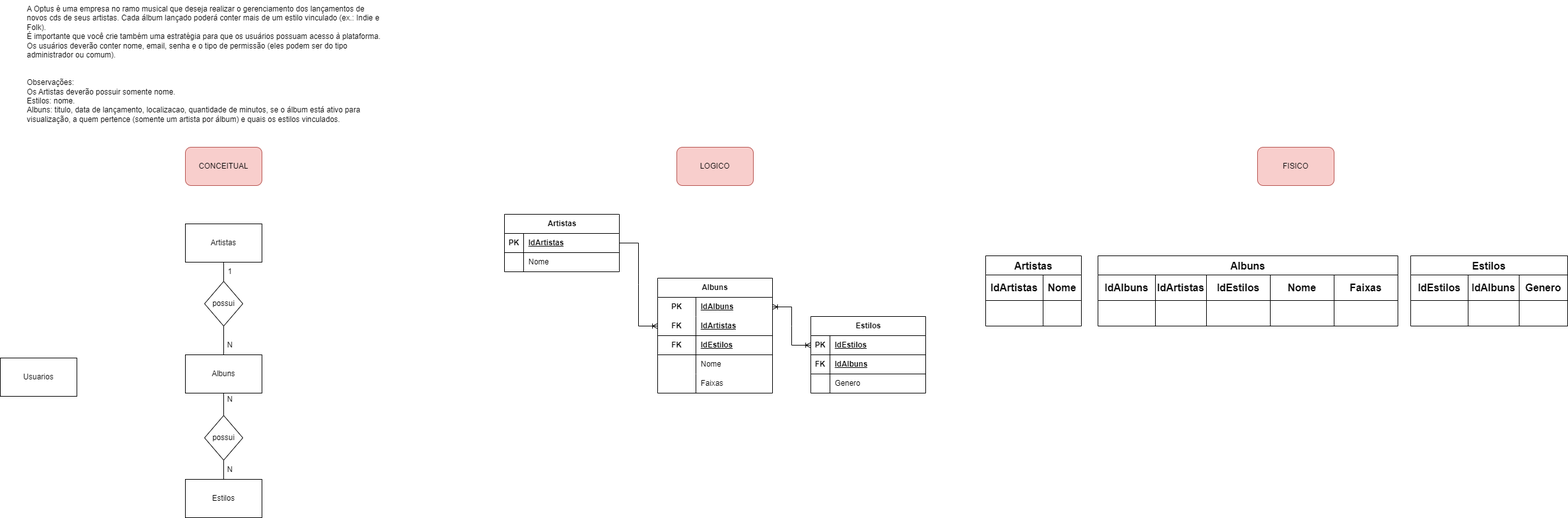
prgfe/senai_sprint1_bd keeps this draw.io diagram as 1.4_optus/1.4.completo.drawio.png. Above is the earlier version. Source tidied: cells renumbered, new cells last; positions are measured from the earlier drawing's top-left corner, leaving out a move shared by most shapes.
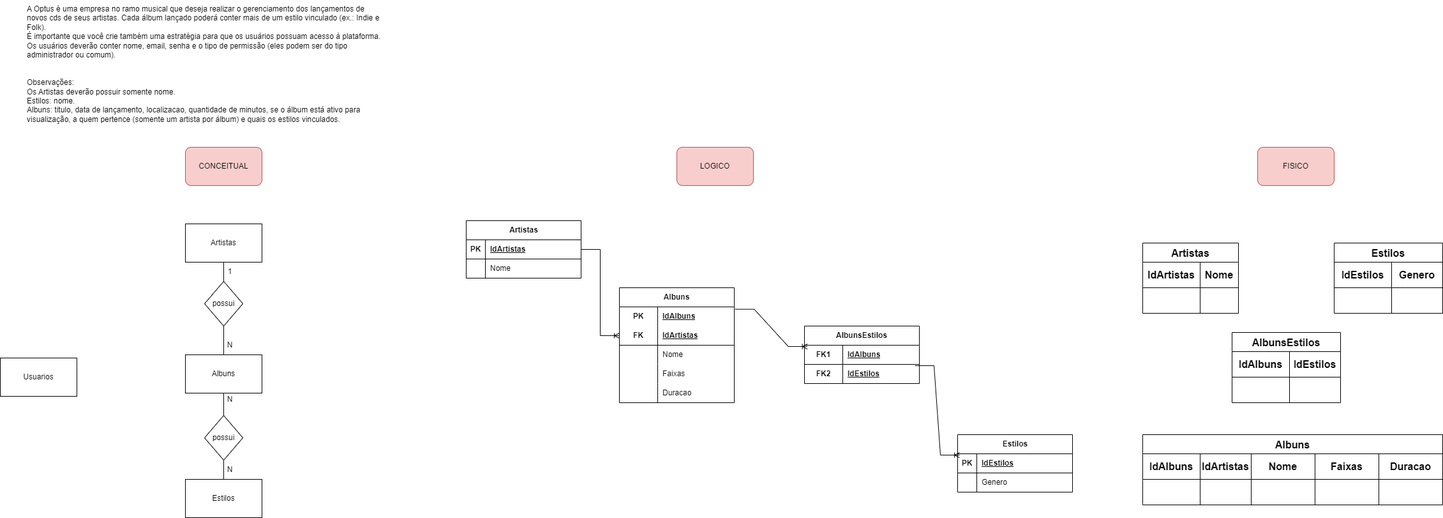
After the change.

The edit, as a diff of the source:
```diff
@@ -57,7 +57,7 @@
       <mxGeometry x="350" y="720" width="20" height="30" as="geometry" />
     </mxCell>
     <mxCell id="20" value="Artistas" style="shape=table;startSize=30;rowLines=0;fontStyle=1;align=center;html=1;" parent="1" vertex="1">
-      <mxGeometry x="790" y="335" width="180" height="90" as="geometry" />
+      <mxGeometry x="730" y="345" width="180" height="90" as="geometry" />
     </mxCell>
     <mxCell id="21" style="shape=tableRow;horizontal=0;startSize=0;swimlaneHead=0;swimlaneBody=0;fillColor=none;points=[[0,0.5],[1,0.5]];portConstraint=eastwest;top=0;left=0;right=0;bottom=1;" parent="20" vertex="1">
       <mxGeometry y="30" width="180" height="30" as="geometry" />
@@ -78,7 +78,7 @@
       <mxGeometry x="30" width="150" height="30" as="geometry" />
     </mxCell>
     <mxCell id="27" value="Albuns" style="shape=table;startSize=30;rowLines=0;fontStyle=1;align=center;html=1;whiteSpace=wrap;" parent="1" vertex="1">
-      <mxGeometry x="1030" y="435" width="180" height="180" as="geometry" />
+      <mxGeometry x="970" y="450" width="180" height="180" as="geometry" />
     </mxCell>
     <mxCell id="28" style="shape=tableRow;horizontal=0;startSize=0;swimlaneHead=0;swimlaneBody=0;fillColor=none;points=[[0,0.5],[1,0.5]];portConstraint=eastwest;top=0;left=0;right=0;bottom=0;html=1;" parent="27" vertex="1">
       <mxGeometry y="30" width="180" height="30" as="geometry" />
@@ -98,17 +98,8 @@
     <mxCell id="33" value="IdArtistas" style="shape=partialRectangle;fillColor=none;top=0;left=0;bottom=0;right=0;align=left;spacingLeft=6;fontStyle=5;overflow=hidden;html=1;whiteSpace=wrap;" parent="31" vertex="1">
       <mxGeometry x="60" width="120" height="30" as="geometry" />
     </mxCell>
-    <mxCell id="34" style="shape=tableRow;horizontal=0;startSize=0;swimlaneHead=0;swimlaneBody=0;fillColor=none;top=0;left=0;right=0;bottom=1;html=1;" parent="27" vertex="1">
-      <mxGeometry y="90" width="180" height="30" as="geometry" />
-    </mxCell>
-    <mxCell id="35" value="FK" style="shape=partialRectangle;fillColor=none;top=0;left=0;bottom=0;right=0;fontStyle=1;overflow=hidden;html=1;whiteSpace=wrap;" parent="34" vertex="1">
-      <mxGeometry width="60" height="30" as="geometry" />
-    </mxCell>
-    <mxCell id="36" value="IdEstilos" style="shape=partialRectangle;fillColor=none;top=0;left=0;bottom=0;right=0;align=left;spacingLeft=6;fontStyle=5;overflow=hidden;html=1;whiteSpace=wrap;" parent="34" vertex="1">
-      <mxGeometry x="60" width="120" height="30" as="geometry" />
-    </mxCell>
     <mxCell id="37" style="shape=tableRow;horizontal=0;startSize=0;swimlaneHead=0;swimlaneBody=0;fillColor=none;top=0;left=0;right=0;bottom=0;html=1;" parent="27" vertex="1">
-      <mxGeometry y="120" width="180" height="30" as="geometry" />
+      <mxGeometry y="90" width="180" height="30" as="geometry" />
     </mxCell>
     <mxCell id="38" style="shape=partialRectangle;fillColor=none;top=0;left=0;bottom=0;right=0;overflow=hidden;html=1;whiteSpace=wrap;" parent="37" vertex="1">
       <mxGeometry width="60" height="30" as="geometry" />
@@ -117,7 +108,7 @@
       <mxGeometry x="60" width="120" height="30" as="geometry" />
     </mxCell>
     <mxCell id="40" style="shape=tableRow;horizontal=0;startSize=0;swimlaneHead=0;swimlaneBody=0;fillColor=none;top=0;left=0;right=0;bottom=0;html=1;" parent="27" vertex="1">
-      <mxGeometry y="150" width="180" height="30" as="geometry" />
+      <mxGeometry y="120" width="180" height="30" as="geometry" />
     </mxCell>
     <mxCell id="41" style="shape=partialRectangle;fillColor=none;top=0;left=0;bottom=0;right=0;overflow=hidden;html=1;whiteSpace=wrap;" parent="40" vertex="1">
       <mxGeometry width="60" height="30" as="geometry" />
@@ -125,8 +116,17 @@
     <mxCell id="42" value="Faixas" style="shape=partialRectangle;fillColor=none;top=0;left=0;bottom=0;right=0;align=left;spacingLeft=6;overflow=hidden;html=1;whiteSpace=wrap;" parent="40" vertex="1">
       <mxGeometry x="60" width="120" height="30" as="geometry" />
     </mxCell>
+    <mxCell id="84" style="shape=tableRow;horizontal=0;startSize=0;swimlaneHead=0;swimlaneBody=0;fillColor=none;top=0;left=0;right=0;bottom=0;html=1;" parent="27" vertex="1">
+      <mxGeometry y="150" width="180" height="30" as="geometry" />
+    </mxCell>
+    <mxCell id="85" style="shape=partialRectangle;fillColor=none;top=0;left=0;bottom=0;right=0;overflow=hidden;html=1;whiteSpace=wrap;" parent="84" vertex="1">
+      <mxGeometry width="60" height="30" as="geometry" />
+    </mxCell>
+    <mxCell id="86" value="Duracao" style="shape=partialRectangle;fillColor=none;top=0;left=0;bottom=0;right=0;align=left;spacingLeft=6;overflow=hidden;html=1;whiteSpace=wrap;" parent="84" vertex="1">
+      <mxGeometry x="60" width="120" height="30" as="geometry" />
+    </mxCell>
     <mxCell id="43" value="Estilos" style="shape=table;startSize=30;rowLines=0;fontStyle=1;align=center;html=1;" parent="1" vertex="1">
-      <mxGeometry x="1270" y="495" width="180" height="120" as="geometry" />
+      <mxGeometry x="1500" y="680" width="180" height="90" as="geometry" />
     </mxCell>
     <mxCell id="44" style="shape=tableRow;horizontal=0;startSize=0;swimlaneHead=0;swimlaneBody=0;fillColor=none;points=[[0,0.5],[1,0.5]];portConstraint=eastwest;top=0;left=0;right=0;bottom=1;" parent="43" vertex="1">
       <mxGeometry y="30" width="180" height="30" as="geometry" />
@@ -137,17 +137,8 @@
     <mxCell id="46" value="IdEstilos" style="shape=partialRectangle;fillColor=none;top=0;left=0;bottom=0;right=0;align=left;spacingLeft=6;fontStyle=5;overflow=hidden;whiteSpace=wrap;html=1;" parent="44" vertex="1">
       <mxGeometry x="30" width="150" height="30" as="geometry" />
     </mxCell>
-    <mxCell id="47" style="shape=tableRow;horizontal=0;startSize=0;swimlaneHead=0;swimlaneBody=0;fillColor=none;top=0;left=0;right=0;bottom=1;" parent="43" vertex="1">
-      <mxGeometry y="60" width="180" height="30" as="geometry" />
-    </mxCell>
-    <mxCell id="48" value="FK" style="shape=partialRectangle;fillColor=none;top=0;left=0;bottom=0;right=0;fontStyle=1;overflow=hidden;whiteSpace=wrap;html=1;" parent="47" vertex="1">
-      <mxGeometry width="30" height="30" as="geometry" />
-    </mxCell>
-    <mxCell id="49" value="IdAlbuns" style="shape=partialRectangle;fillColor=none;top=0;left=0;bottom=0;right=0;align=left;spacingLeft=6;fontStyle=5;overflow=hidden;whiteSpace=wrap;html=1;" parent="47" vertex="1">
-      <mxGeometry x="30" width="150" height="30" as="geometry" />
-    </mxCell>
     <mxCell id="50" style="shape=tableRow;horizontal=0;startSize=0;swimlaneHead=0;swimlaneBody=0;fillColor=none;top=0;left=0;right=0;bottom=0;" parent="43" vertex="1">
-      <mxGeometry y="90" width="180" height="30" as="geometry" />
+      <mxGeometry y="60" width="180" height="30" as="geometry" />
     </mxCell>
     <mxCell id="51" style="shape=partialRectangle;fillColor=none;top=0;left=0;bottom=0;right=0;overflow=hidden;whiteSpace=wrap;html=1;" parent="50" vertex="1">
       <mxGeometry width="30" height="30" as="geometry" />
@@ -158,11 +149,8 @@
     <mxCell id="53" style="edgeStyle=entityRelationEdgeStyle;fontSize=12;html=1;endArrow=ERoneToMany;rounded=0;exitX=1;exitY=0.5;exitDx=0;exitDy=0;entryX=0;entryY=0.5;entryDx=0;entryDy=0;" parent="1" edge="1" source="21" target="31">
       <mxGeometry relative="1" as="geometry" />
     </mxCell>
-    <mxCell id="54" style="edgeStyle=entityRelationEdgeStyle;fontSize=12;html=1;endArrow=ERoneToMany;startArrow=ERoneToMany;rounded=0;entryX=0;entryY=0.5;entryDx=0;entryDy=0;exitX=1;exitY=0.5;exitDx=0;exitDy=0;" parent="1" edge="1" source="28" target="44">
-      <mxGeometry relative="1" as="geometry" />
-    </mxCell>
     <mxCell id="55" value="Artistas" style="shape=table;startSize=30;strokeColor=default;fontSize=16;fontStyle=1;" parent="1" vertex="1">
-      <mxGeometry x="1544" y="400" width="150" height="110" as="geometry" />
+      <mxGeometry x="1790" y="380" width="150" height="110" as="geometry" />
     </mxCell>
     <mxCell id="56" style="shape=tableRow;horizontal=0;startSize=0;swimlaneHead=0;swimlaneBody=0;strokeColor=inherit;top=0;left=0;bottom=0;right=0;fillColor=none;fontSize=16;" parent="55" vertex="1">
       <mxGeometry y="30" width="150" height="40" as="geometry" />
@@ -183,7 +171,7 @@
       <mxGeometry x="90" width="60" height="40" as="geometry" />
     </mxCell>
     <mxCell id="62" value="Albuns" style="shape=table;startSize=30;strokeColor=default;fontSize=16;fontStyle=1;" parent="1" vertex="1">
-      <mxGeometry x="1720" y="400" width="470" height="110" as="geometry" />
+      <mxGeometry x="1790" y="680" width="470" height="110" as="geometry" />
     </mxCell>
     <mxCell id="63" style="shape=tableRow;horizontal=0;startSize=0;swimlaneHead=0;swimlaneBody=0;strokeColor=inherit;top=0;left=0;bottom=0;right=0;fillColor=none;fontSize=16;" parent="62" vertex="1">
       <mxGeometry y="30" width="470" height="40" as="geometry" />
@@ -194,13 +182,13 @@
     <mxCell id="65" value="&lt;b&gt;IdArtistas&lt;/b&gt;" style="shape=partialRectangle;html=1;whiteSpace=wrap;strokeColor=inherit;overflow=hidden;fillColor=none;top=0;left=0;bottom=0;right=0;fontSize=16;" parent="63" vertex="1">
       <mxGeometry x="90" width="80" height="40" as="geometry" />
     </mxCell>
-    <mxCell id="66" value="&lt;b&gt;IdEstilos&lt;/b&gt;" style="shape=partialRectangle;html=1;whiteSpace=wrap;strokeColor=inherit;overflow=hidden;fillColor=none;top=0;left=0;bottom=0;right=0;fontSize=16;" parent="63" vertex="1">
+    <mxCell id="66" value="&lt;b&gt;Nome&lt;/b&gt;" style="shape=partialRectangle;html=1;whiteSpace=wrap;strokeColor=inherit;overflow=hidden;fillColor=none;top=0;left=0;bottom=0;right=0;fontSize=16;" parent="63" vertex="1">
       <mxGeometry x="170" width="100" height="40" as="geometry" />
     </mxCell>
-    <mxCell id="67" value="&lt;b&gt;Nome&lt;/b&gt;" style="shape=partialRectangle;html=1;whiteSpace=wrap;strokeColor=inherit;overflow=hidden;fillColor=none;top=0;left=0;bottom=0;right=0;fontSize=16;" parent="63" vertex="1">
+    <mxCell id="67" value="&lt;b&gt;Faixas&lt;/b&gt;" style="shape=partialRectangle;html=1;whiteSpace=wrap;strokeColor=inherit;overflow=hidden;fillColor=none;top=0;left=0;bottom=0;right=0;fontSize=16;" parent="63" vertex="1">
       <mxGeometry x="270" width="100" height="40" as="geometry" />
     </mxCell>
-    <mxCell id="68" value="&lt;b&gt;Faixas&lt;/b&gt;" style="shape=partialRectangle;html=1;whiteSpace=wrap;strokeColor=inherit;overflow=hidden;fillColor=none;top=0;left=0;bottom=0;right=0;fontSize=16;" parent="63" vertex="1">
+    <mxCell id="68" value="&lt;b&gt;Duracao&lt;/b&gt;" style="shape=partialRectangle;html=1;whiteSpace=wrap;strokeColor=inherit;overflow=hidden;fillColor=none;top=0;left=0;bottom=0;right=0;fontSize=16;" parent="63" vertex="1">
       <mxGeometry x="370" width="100" height="40" as="geometry" />
     </mxCell>
     <mxCell id="69" style="shape=tableRow;horizontal=0;startSize=0;swimlaneHead=0;swimlaneBody=0;strokeColor=inherit;top=0;left=0;bottom=0;right=0;fillColor=none;fontSize=16;" parent="62" vertex="1">
@@ -222,22 +210,19 @@
       <mxGeometry x="370" width="100" height="40" as="geometry" />
     </mxCell>
     <mxCell id="75" value="Estilos" style="shape=table;startSize=30;strokeColor=default;fontSize=16;fontStyle=1;" parent="1" vertex="1">
-      <mxGeometry x="2210" y="400" width="246" height="110" as="geometry" />
+      <mxGeometry x="2090" y="380" width="170" height="110" as="geometry" />
     </mxCell>
     <mxCell id="76" style="shape=tableRow;horizontal=0;startSize=0;swimlaneHead=0;swimlaneBody=0;strokeColor=inherit;top=0;left=0;bottom=0;right=0;fillColor=none;fontSize=16;" parent="75" vertex="1">
-      <mxGeometry y="30" width="246" height="40" as="geometry" />
+      <mxGeometry y="30" width="170" height="40" as="geometry" />
     </mxCell>
     <mxCell id="77" value="&lt;b&gt;IdEstilos&lt;/b&gt;" style="shape=partialRectangle;html=1;whiteSpace=wrap;strokeColor=inherit;overflow=hidden;fillColor=none;top=0;left=0;bottom=0;right=0;fontSize=16;" parent="76" vertex="1">
       <mxGeometry width="90" height="40" as="geometry" />
     </mxCell>
-    <mxCell id="78" value="&lt;b&gt;IdAlbuns&lt;/b&gt;" style="shape=partialRectangle;html=1;whiteSpace=wrap;strokeColor=inherit;overflow=hidden;fillColor=none;top=0;left=0;bottom=0;right=0;fontSize=16;" parent="76" vertex="1">
+    <mxCell id="78" value="&lt;b&gt;Genero&lt;/b&gt;" style="shape=partialRectangle;html=1;whiteSpace=wrap;strokeColor=inherit;overflow=hidden;fillColor=none;top=0;left=0;bottom=0;right=0;fontSize=16;" parent="76" vertex="1">
       <mxGeometry x="90" width="80" height="40" as="geometry" />
     </mxCell>
-    <mxCell id="79" value="&lt;b&gt;Genero&lt;/b&gt;" style="shape=partialRectangle;html=1;whiteSpace=wrap;strokeColor=inherit;overflow=hidden;fillColor=none;top=0;left=0;bottom=0;right=0;fontSize=16;" parent="76" vertex="1">
-      <mxGeometry x="170" width="76" height="40" as="geometry" />
-    </mxCell>
     <mxCell id="80" style="shape=tableRow;horizontal=0;startSize=0;swimlaneHead=0;swimlaneBody=0;strokeColor=inherit;top=0;left=0;bottom=0;right=0;fillColor=none;fontSize=16;" parent="75" vertex="1">
-      <mxGeometry y="70" width="246" height="40" as="geometry" />
+      <mxGeometry y="70" width="170" height="40" as="geometry" />
     </mxCell>
     <mxCell id="81" style="shape=partialRectangle;html=1;whiteSpace=wrap;strokeColor=inherit;overflow=hidden;fillColor=none;top=0;left=0;bottom=0;right=0;fontSize=16;" parent="80" vertex="1">
       <mxGeometry width="90" height="40" as="geometry" />
@@ -245,8 +230,53 @@
     <mxCell id="82" style="shape=partialRectangle;html=1;whiteSpace=wrap;strokeColor=inherit;overflow=hidden;fillColor=none;top=0;left=0;bottom=0;right=0;fontSize=16;" parent="80" vertex="1">
       <mxGeometry x="90" width="80" height="40" as="geometry" />
     </mxCell>
-    <mxCell id="83" style="shape=partialRectangle;html=1;whiteSpace=wrap;strokeColor=inherit;overflow=hidden;fillColor=none;top=0;left=0;bottom=0;right=0;fontSize=16;" parent="80" vertex="1">
-      <mxGeometry x="170" width="76" height="40" as="geometry" />
-    </mxCell>
+    <mxCell id="87" value="AlbunsEstilos" style="shape=table;startSize=30;rowLines=0;fontStyle=1;align=center;html=1;whiteSpace=wrap;" parent="1" vertex="1">
+      <mxGeometry x="1260" y="510" width="180" height="90" as="geometry" />
+    </mxCell>
+    <mxCell id="88" style="shape=tableRow;horizontal=0;startSize=0;swimlaneHead=0;swimlaneBody=0;fillColor=none;points=[[0,0.5],[1,0.5]];portConstraint=eastwest;top=0;left=0;right=0;bottom=1;html=1;" parent="87" vertex="1">
+      <mxGeometry y="30" width="180" height="30" as="geometry" />
+    </mxCell>
+    <mxCell id="89" value="FK1" style="shape=partialRectangle;fillColor=none;top=0;left=0;bottom=0;right=0;fontStyle=1;overflow=hidden;html=1;whiteSpace=wrap;" parent="88" vertex="1">
+      <mxGeometry width="60" height="30" as="geometry" />
+    </mxCell>
+    <mxCell id="90" value="IdAlbuns" style="shape=partialRectangle;fillColor=none;top=0;left=0;bottom=0;right=0;align=left;spacingLeft=6;fontStyle=5;overflow=hidden;html=1;whiteSpace=wrap;" parent="88" vertex="1">
+      <mxGeometry x="60" width="120" height="30" as="geometry" />
+    </mxCell>
+    <mxCell id="91" style="shape=tableRow;horizontal=0;startSize=0;swimlaneHead=0;swimlaneBody=0;fillColor=none;points=[[0,0.5],[1,0.5]];portConstraint=eastwest;top=0;left=0;right=0;bottom=1;html=1;" parent="87" vertex="1">
+      <mxGeometry y="60" width="180" height="30" as="geometry" />
+    </mxCell>
+    <mxCell id="92" value="FK2" style="shape=partialRectangle;fillColor=none;top=0;left=0;bottom=0;right=0;fontStyle=1;overflow=hidden;html=1;whiteSpace=wrap;" parent="91" vertex="1">
+      <mxGeometry width="60" height="30" as="geometry" />
+    </mxCell>
+    <mxCell id="36" value="IdEstilos" style="shape=partialRectangle;fillColor=none;top=0;left=0;bottom=0;right=0;align=left;spacingLeft=6;fontStyle=5;overflow=hidden;html=1;whiteSpace=wrap;" parent="91" vertex="1">
+      <mxGeometry x="60" width="120" height="30" as="geometry" />
+    </mxCell>
+    <mxCell id="93" style="edgeStyle=entityRelationEdgeStyle;fontSize=12;html=1;endArrow=ERoneToMany;rounded=0;exitX=1.007;exitY=0.122;exitDx=0;exitDy=0;exitPerimeter=0;entryX=0.026;entryY=0.067;entryDx=0;entryDy=0;entryPerimeter=0;" parent="1" edge="1" source="28" target="88">
+      <mxGeometry relative="1" as="geometry" />
+    </mxCell>
+    <mxCell id="94" style="edgeStyle=entityRelationEdgeStyle;fontSize=12;html=1;endArrow=ERoneToMany;rounded=0;exitX=0.961;exitY=0.067;exitDx=0;exitDy=0;exitPerimeter=0;entryX=0.017;entryY=0.067;entryDx=0;entryDy=0;entryPerimeter=0;" parent="1" edge="1" source="91" target="44">
+      <mxGeometry relative="1" as="geometry" />
+    </mxCell>
+    <mxCell id="95" value="AlbunsEstilos" style="shape=table;startSize=30;strokeColor=default;fontSize=16;fontStyle=1;" parent="1" vertex="1">
+      <mxGeometry x="1930" y="520" width="170" height="110" as="geometry" />
+    </mxCell>
+    <mxCell id="96" style="shape=tableRow;horizontal=0;startSize=0;swimlaneHead=0;swimlaneBody=0;strokeColor=inherit;top=0;left=0;bottom=0;right=0;fillColor=none;fontSize=16;" parent="95" vertex="1">
+      <mxGeometry y="30" width="170" height="40" as="geometry" />
+    </mxCell>
+    <mxCell id="97" value="&lt;b&gt;IdAlbuns&lt;/b&gt;" style="shape=partialRectangle;html=1;whiteSpace=wrap;strokeColor=inherit;overflow=hidden;fillColor=none;top=0;left=0;bottom=0;right=0;fontSize=16;" parent="96" vertex="1">
+      <mxGeometry width="90" height="40" as="geometry" />
+    </mxCell>
+    <mxCell id="98" value="&lt;b&gt;IdEstilos&lt;/b&gt;" style="shape=partialRectangle;html=1;whiteSpace=wrap;strokeColor=inherit;overflow=hidden;fillColor=none;top=0;left=0;bottom=0;right=0;fontSize=16;" parent="96" vertex="1">
+      <mxGeometry x="90" width="80" height="40" as="geometry" />
+    </mxCell>
+    <mxCell id="99" style="shape=tableRow;horizontal=0;startSize=0;swimlaneHead=0;swimlaneBody=0;strokeColor=inherit;top=0;left=0;bottom=0;right=0;fillColor=none;fontSize=16;" parent="95" vertex="1">
+      <mxGeometry y="70" width="170" height="40" as="geometry" />
+    </mxCell>
+    <mxCell id="100" style="shape=partialRectangle;html=1;whiteSpace=wrap;strokeColor=inherit;overflow=hidden;fillColor=none;top=0;left=0;bottom=0;right=0;fontSize=16;" parent="99" vertex="1">
+      <mxGeometry width="90" height="40" as="geometry" />
+    </mxCell>
+    <mxCell id="101" style="shape=partialRectangle;html=1;whiteSpace=wrap;strokeColor=inherit;overflow=hidden;fillColor=none;top=0;left=0;bottom=0;right=0;fontSize=16;" parent="99" vertex="1">
+      <mxGeometry x="90" width="80" height="40" as="geometry" />
+    </mxCell>
   </root>
 </mxGraphModel>
```
